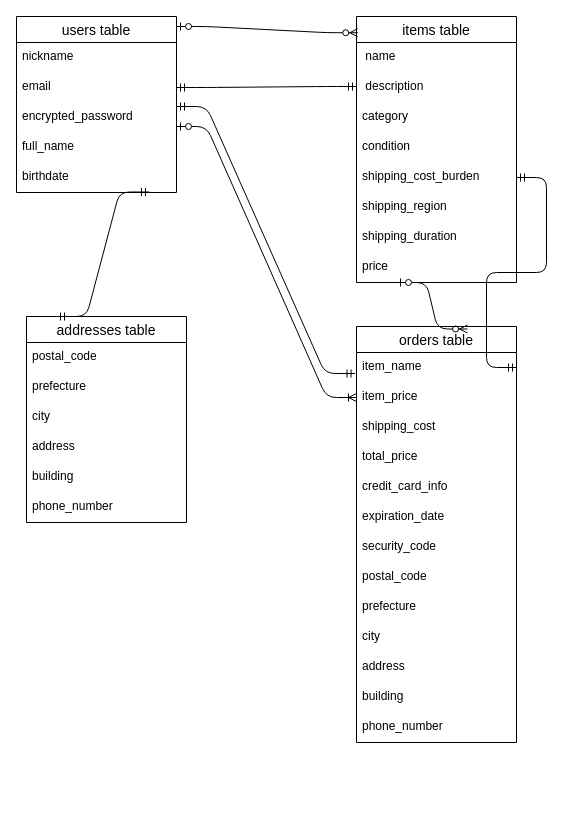
Before: ER.dio in ootakito/furima-40505, a draw.io diagram. Source tidied: cells renumbered, new cells numbered last; positions are measured from the earlier drawing's top-left corner, leaving out a move shared by most shapes. Both pictures are drawn from the tidied source at 100%, with x=0, y=0 at pixel (16, 16).
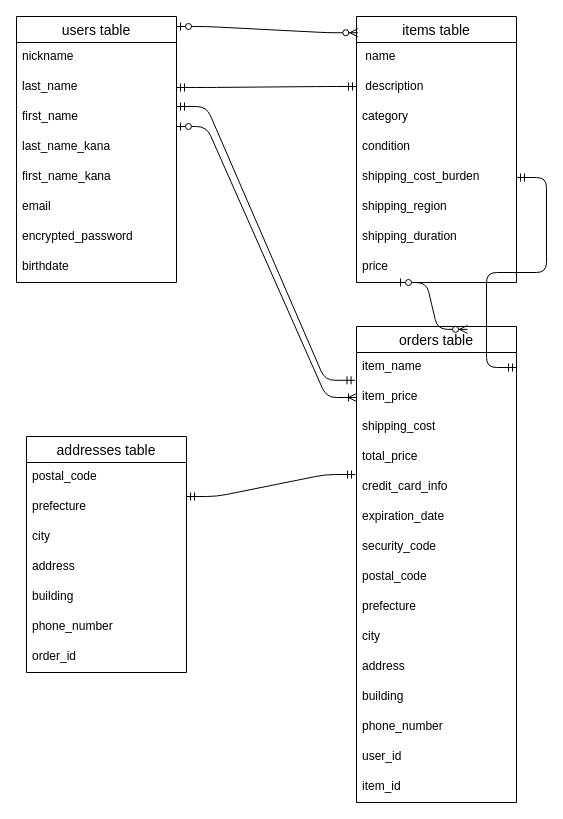
The same page after the edit.

The change refers to these unchanged cells:
```xml
<mxCell id="22" value="total_price   " style="text;strokeColor=none;fillColor=none;spacingLeft=4;spacingRight=4;overflow=hidden;points=[[0,0.5],[1,0.5]];portConstraint=eastwest;fontSize=12;" parent="18" vertex="1">
  <mxGeometry y="116" width="160" height="30" as="geometry" />
</mxCell>
```

The edit, as a diff of the source:
```diff
@@
     <mxCell id="2" value="users table" style="swimlane;fontStyle=0;horizontal=1;startSize=26;align=center;fontSize=14;strokeColor=default;fillColor=none;" parent="1" vertex="1">
-      <mxGeometry width="160" height="176" as="geometry" />
+      <mxGeometry width="160" height="266" as="geometry" />
     </mxCell>
@@
+    <mxCell id="46" value="last_name" style="text;strokeColor=none;fillColor=none;spacingLeft=4;spacingRight=4;overflow=hidden;fontSize=12;" parent="2" vertex="1">
+      <mxGeometry y="56" width="160" height="30" as="geometry" />
+    </mxCell>
+    <mxCell id="47" value="first_name" style="text;strokeColor=none;fillColor=none;spacingLeft=4;spacingRight=4;overflow=hidden;fontSize=12;" parent="2" vertex="1">
+      <mxGeometry y="86" width="160" height="30" as="geometry" />
+    </mxCell>
+    <mxCell id="48" value="last_name_kana" style="text;strokeColor=none;fillColor=none;spacingLeft=4;spacingRight=4;overflow=hidden;fontSize=12;" parent="2" vertex="1">
+      <mxGeometry y="116" width="160" height="30" as="geometry" />
+    </mxCell>
+    <mxCell id="49" value="first_name_kana" style="text;strokeColor=none;fillColor=none;spacingLeft=4;spacingRight=4;overflow=hidden;fontSize=12;" parent="2" vertex="1">
+      <mxGeometry y="146" width="160" height="30" as="geometry" />
+    </mxCell>
     <mxCell id="4" value="email " style="text;strokeColor=none;fillColor=none;spacingLeft=4;spacingRight=4;overflow=hidden;fontSize=12;" parent="2" vertex="1">
-      <mxGeometry y="56" width="160" height="30" as="geometry" />
+      <mxGeometry y="176" width="160" height="30" as="geometry" />
     </mxCell>
     <mxCell id="5" value="encrypted_password" style="text;strokeColor=none;fillColor=none;spacingLeft=4;spacingRight=4;overflow=hidden;fontSize=12;" parent="2" vertex="1">
-      <mxGeometry y="86" width="160" height="30" as="geometry" />
+      <mxGeometry y="206" width="160" height="30" as="geometry" />
     </mxCell>
-    <mxCell id="6" value="full_name " style="text;strokeColor=none;fillColor=none;spacingLeft=4;spacingRight=4;overflow=hidden;fontSize=12;" parent="2" vertex="1">
-      <mxGeometry y="116" width="160" height="30" as="geometry" />
-    </mxCell>
     <mxCell id="7" value="birthdate " style="text;strokeColor=none;fillColor=none;spacingLeft=4;spacingRight=4;overflow=hidden;points=[[0,0.5],[1,0.5]];portConstraint=eastwest;fontSize=12;" parent="2" vertex="1">
-      <mxGeometry y="146" width="160" height="30" as="geometry" />
+      <mxGeometry y="236" width="160" height="30" as="geometry" />
     </mxCell>
@@
     <mxCell id="18" value="orders table" style="swimlane;fontStyle=0;horizontal=1;startSize=26;align=center;fontSize=14;strokeColor=default;fillColor=none;" parent="1" vertex="1">
-      <mxGeometry x="340" y="310" width="160" height="416" as="geometry" />
+      <mxGeometry x="340" y="310" width="160" height="476" as="geometry" />
     </mxCell>
@@
+    <mxCell id="50" value="phone_number" style="text;strokeColor=none;fillColor=none;spacingLeft=4;spacingRight=4;overflow=hidden;fontSize=12;" parent="18" vertex="1">
+      <mxGeometry y="386" width="160" height="30" as="geometry" />
+    </mxCell>
+    <mxCell id="51" value="user_id" style="text;strokeColor=none;fillColor=none;spacingLeft=4;spacingRight=4;overflow=hidden;fontSize=12;" parent="18" vertex="1">
+      <mxGeometry y="416" width="160" height="30" as="geometry" />
+    </mxCell>
-    <mxCell id="31" value="phone_number" style="text;strokeColor=none;fillColor=none;spacingLeft=4;spacingRight=4;overflow=hidden;fontSize=12;" parent="18" vertex="1">
-      <mxGeometry y="386" width="160" height="30" as="geometry" />
+    <mxCell id="31" value="item_id " style="text;strokeColor=none;fillColor=none;spacingLeft=4;spacingRight=4;overflow=hidden;fontSize=12;" parent="18" vertex="1">
+      <mxGeometry y="446" width="160" height="30" as="geometry" />
     </mxCell>
@@
     <mxCell id="38" value="addresses table" style="swimlane;fontStyle=0;horizontal=1;startSize=26;align=center;fontSize=14;" parent="1" vertex="1">
-      <mxGeometry x="10" y="300" width="160" height="206" as="geometry" />
+      <mxGeometry x="10" y="420" width="160" height="236" as="geometry" />
     </mxCell>
@@
-    <mxCell id="45" style="edgeStyle=entityRelationEdgeStyle;fontSize=12;html=1;endArrow=ERmandOne;startArrow=ERmandOne;entryX=0.831;entryY=0.983;entryDx=0;entryDy=0;entryPerimeter=0;" parent="1" edge="1" target="7">
-      <mxGeometry relative="1" as="geometry">
-        <mxPoint x="40" y="300" as="sourcePoint" />
-      </mxGeometry>
-    </mxCell>
+    <mxCell id="52" value="order_id  " style="text;strokeColor=none;fillColor=none;spacingLeft=4;spacingRight=4;overflow=hidden;fontSize=12;" parent="38" vertex="1">
+      <mxGeometry y="206" width="160" height="30" as="geometry" />
+    </mxCell>
+    <mxCell id="53" style="edgeStyle=entityRelationEdgeStyle;fontSize=12;html=1;endArrow=ERmandOne;startArrow=ERmandOne;entryX=-0.006;entryY=1.067;entryDx=0;entryDy=0;entryPerimeter=0;" parent="1" edge="1" target="22">
+      <mxGeometry relative="1" as="geometry">
+        <mxPoint x="170" y="480" as="sourcePoint" />
+      </mxGeometry>
+    </mxCell>
```
